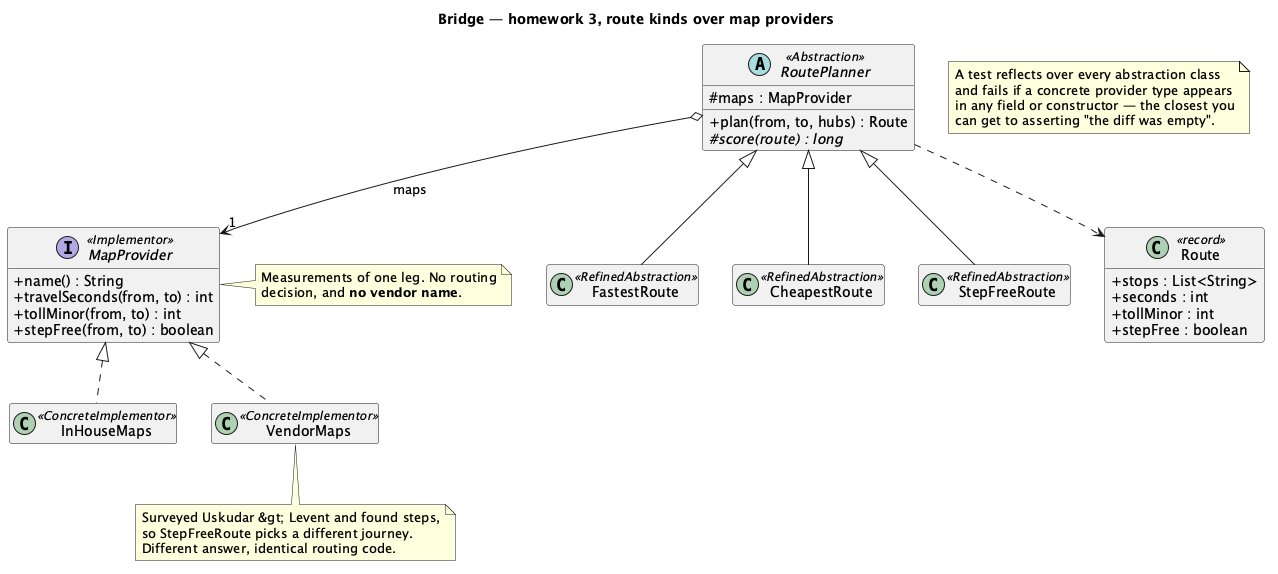
Earlier version of the PlantUML export src/main/java/dev/kaldiroglu/dp/structural/bridge/hw/routeplanner/uml/Bridge - Route Planner (Solution) - Class Diagram.png (kaldiroglu/DesignPatternsWithJava). Its diagram source:
```plantuml
@startuml "Bridge - Route Planner (Solution) - Class Diagram"
skinparam classAttributeIconSize 0
hide empty members
title Bridge — homework 3, route kinds over map providers


abstract class RoutePlanner <<Abstraction>> {
  # maps : MapProvider
  + plan(from, to, hubs) : Route
  # {abstract} score(route) : long
}

class FastestRoute <<RefinedAbstraction>>
class CheapestRoute <<RefinedAbstraction>>
class StepFreeRoute <<RefinedAbstraction>>

interface MapProvider <<Implementor>> {
  + name() : String
  + travelSeconds(from, to) : int
  + tollMinor(from, to) : int
  + stepFree(from, to) : boolean
}

class InHouseMaps <<ConcreteImplementor>>
class VendorMaps <<ConcreteImplementor>>

class Route <<record>> {
  + stops : List<String>
  + seconds : int
  + tollMinor : int
  + stepFree : boolean
}

RoutePlanner <|-- FastestRoute
RoutePlanner <|-- CheapestRoute
RoutePlanner <|-- StepFreeRoute
RoutePlanner o--> "1" MapProvider : maps
RoutePlanner ..> Route
MapProvider <|.. InHouseMaps
MapProvider <|.. VendorMaps

note right of MapProvider
  Measurements of one leg. No routing
  decision, and <b>no vendor name</b>.
end note

note bottom of VendorMaps
  Surveyed Uskudar &gt; Levent and found steps,
  so StepFreeRoute picks a different journey.
  Different answer, identical routing code.
end note

note as N1
  A test reflects over every abstraction class
  and fails if a concrete provider type appears
  in any field or constructor — the closest you
  can get to asserting "the diff was empty".
end note

@enduml
```
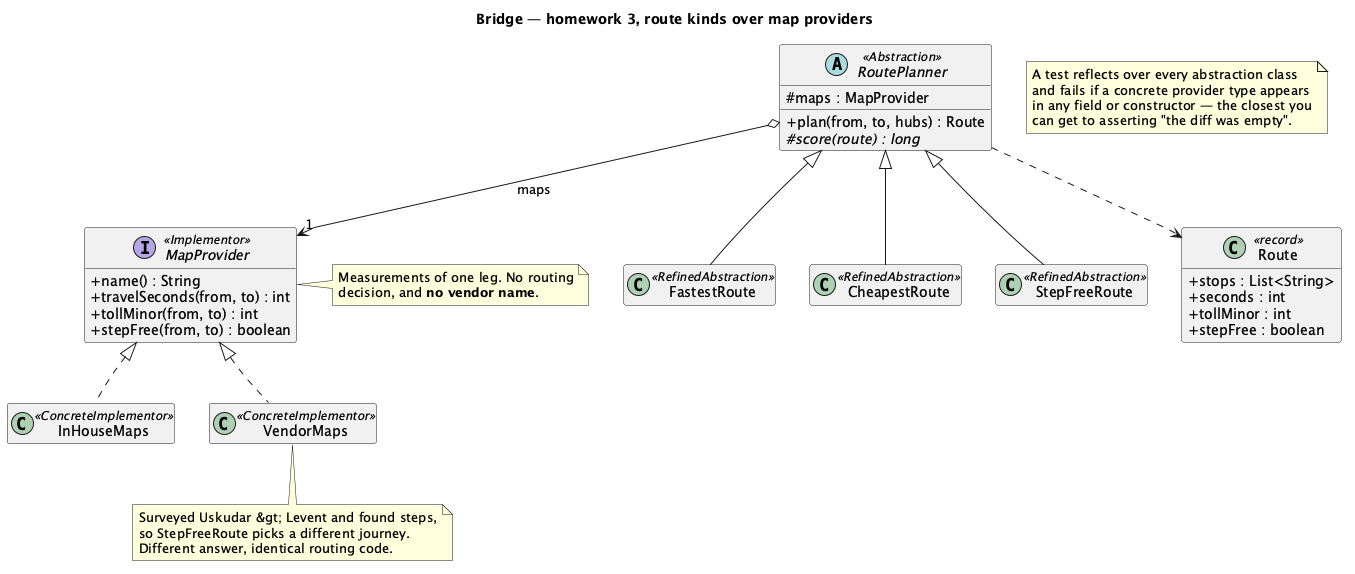
After the change.

The edit, as a diff of the source:
```diff
@@ -1,4 +1,5 @@
-@startuml "Bridge - Route Planner (Solution) - Class Diagram"
+@startuml
+skinparam linetype polyline
 skinparam classAttributeIconSize 0
 hide empty members
 title Bridge — homework 3, route kinds over map providers
@@ -34,8 +35,6 @@
 RoutePlanner <|-- FastestRoute
 RoutePlanner <|-- CheapestRoute
 RoutePlanner <|-- StepFreeRoute
-RoutePlanner o--> "1" MapProvider : maps
-RoutePlanner ..> Route
 MapProvider <|.. InHouseMaps
 MapProvider <|.. VendorMaps
 
@@ -57,4 +56,10 @@
   can get to asserting "the diff was empty".
 end note
 
+RoutePlanner o--> "1" MapProvider : maps
+RoutePlanner ..> Route
+RoutePlanner -[hidden]- FastestRoute
+RoutePlanner -[hidden]- StepFreeRoute
+MapProvider -[hidden]- InHouseMaps
+MapProvider -[hidden]- VendorMaps
 @enduml
```
